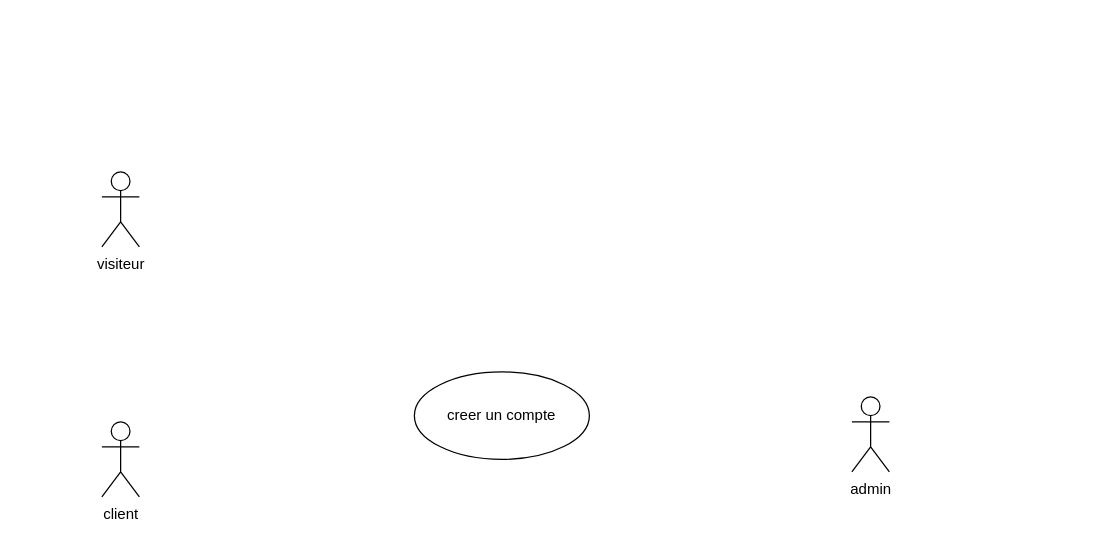
Above: Untitled Diagram.drawio in sarra-ben-belgacem/api (draw.io), before the change. Source tidied: cells renumbered, new cells numbered last; positions are measured from the earlier drawing's top-left corner, leaving out a move shared by most shapes. Both pictures are drawn from the tidied source at 125%, with x=0, y=0 at pixel (101, 171).
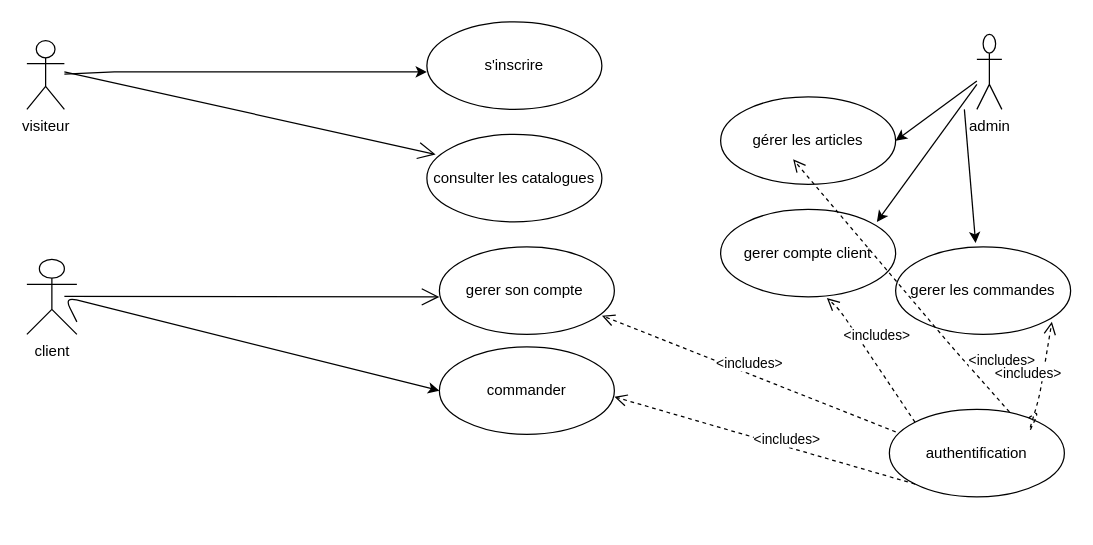
The same diagram, later.

The edit, as a diff of the source:
```diff
@@
+    <mxCell id="6" style="edgeStyle=none;rounded=0;jettySize=auto;html=1;" parent="1" edge="1" source="2">
+      <mxGeometry relative="1" as="geometry">
+        <mxPoint x="260" y="-80" as="targetPoint" />
+        <Array as="points">
+          <mxPoint x="10" y="-80" />
+        </Array>
+      </mxGeometry>
+    </mxCell>
     <mxCell id="2" value="visiteur" style="shape=umlActor;verticalLabelPosition=bottom;verticalAlign=top;html=1;" parent="1" vertex="1">
-      <mxGeometry width="30" height="60" as="geometry" />
+      <mxGeometry x="-60" y="-105" width="30" height="55" as="geometry" />
     </mxCell>
+    <mxCell id="4" value="consulter les catalogues" style="ellipse;whiteSpace=wrap;html=1;" parent="1" vertex="1">
+      <mxGeometry x="260" y="-30" width="140" height="70" as="geometry" />
+    </mxCell>
+    <mxCell id="7" style="edgeStyle=none;rounded=0;jettySize=auto;html=1;entryX=1;entryY=0.5;entryDx=0;entryDy=0;" parent="1" edge="1" source="5" target="11">
+      <mxGeometry relative="1" as="geometry" />
+    </mxCell>
+    <mxCell id="5" value="admin" style="shape=umlActor;verticalLabelPosition=bottom;verticalAlign=top;html=1;" parent="1" vertex="1">
+      <mxGeometry x="700" y="-110" width="20" height="60" as="geometry" />
+    </mxCell>
+    <mxCell id="8" value="s'inscrire" style="ellipse;whiteSpace=wrap;html=1;" parent="1" vertex="1">
+      <mxGeometry x="260" y="-120" width="140" height="70" as="geometry" />
+    </mxCell>
+    <mxCell id="9" value="gerer son compte&amp;nbsp;" style="ellipse;whiteSpace=wrap;html=1;" parent="1" vertex="1">
+      <mxGeometry x="270" y="60" width="140" height="70" as="geometry" />
+    </mxCell>
+    <mxCell id="10" value="commander" style="ellipse;whiteSpace=wrap;html=1;" parent="1" vertex="1">
+      <mxGeometry x="270" y="140" width="140" height="70" as="geometry" />
+    </mxCell>
+    <mxCell id="11" value="gérer les articles" style="ellipse;whiteSpace=wrap;html=1;" parent="1" vertex="1">
+      <mxGeometry x="495" y="-60" width="140" height="70" as="geometry" />
+    </mxCell>
+    <mxCell id="12" value="authentification" style="ellipse;whiteSpace=wrap;html=1;" parent="1" vertex="1">
+      <mxGeometry x="630" y="190" width="140" height="70" as="geometry" />
+    </mxCell>
+    <mxCell id="13" value="gerer compte client" style="ellipse;whiteSpace=wrap;html=1;" parent="1" vertex="1">
+      <mxGeometry x="495" y="30" width="140" height="70" as="geometry" />
+    </mxCell>
+    <mxCell id="14" value="gerer les commandes" style="ellipse;whiteSpace=wrap;html=1;" parent="1" vertex="1">
+      <mxGeometry x="635" y="60" width="140" height="70" as="geometry" />
+    </mxCell>
+    <mxCell id="15" style="endArrow=open;endFill=1;endSize=12;html=1;entryX=0.05;entryY=0.229;entryDx=0;entryDy=0;entryPerimeter=0;" parent="1" edge="1" target="4">
+      <mxGeometry relative="1" as="geometry">
+        <mxPoint x="-30" y="-80" as="sourcePoint" />
+      </mxGeometry>
+    </mxCell>
     <mxCell id="3" value="client" style="shape=umlActor;verticalLabelPosition=bottom;verticalAlign=top;html=1;" parent="1" vertex="1">
-      <mxGeometry y="200" width="30" height="60" as="geometry" />
+      <mxGeometry x="-60" y="70" width="40" height="60" as="geometry" />
     </mxCell>
-    <mxCell id="4" value="creer un compte" style="ellipse;whiteSpace=wrap;html=1;" parent="1" vertex="1">
-      <mxGeometry x="250" y="160" width="140" height="70" as="geometry" />
-    </mxCell>
-    <mxCell id="5" value="admin" style="shape=umlActor;verticalLabelPosition=bottom;verticalAlign=top;html=1;" parent="1" vertex="1">
-      <mxGeometry x="600" y="180" width="30" height="60" as="geometry" />
-    </mxCell>
+    <mxCell id="16" style="endArrow=open;endFill=1;endSize=12;html=1;" parent="1" edge="1">
+      <mxGeometry relative="1" as="geometry">
+        <mxPoint x="-30" y="99.5" as="sourcePoint" />
+        <mxPoint x="270" y="100" as="targetPoint" />
+      </mxGeometry>
+    </mxCell>
+    <mxCell id="17" style="endArrow=classic;html=1;entryX=0;entryY=0.5;entryDx=0;entryDy=0;" parent="1" edge="1" target="10">
+      <mxGeometry relative="1" as="geometry">
+        <mxPoint x="-20" y="120" as="sourcePoint" />
+        <Array as="points">
+          <mxPoint x="-30" y="100" />
+        </Array>
+      </mxGeometry>
+    </mxCell>
+    <mxCell id="18" style="edgeStyle=none;rounded=0;orthogonalLoop=1;jettySize=auto;html=1;entryX=1;entryY=0.5;entryDx=0;entryDy=0;" parent="1" edge="1">
+      <mxGeometry relative="1" as="geometry">
+        <mxPoint x="700" y="-70" as="sourcePoint" />
+        <mxPoint x="620" y="40" as="targetPoint" />
+      </mxGeometry>
+    </mxCell>
+    <mxCell id="19" style="edgeStyle=none;rounded=0;jettySize=auto;html=1;entryX=0.457;entryY=-0.043;entryDx=0;entryDy=0;entryPerimeter=0;" parent="1" edge="1" target="14">
+      <mxGeometry relative="1" as="geometry">
+        <mxPoint x="690" y="-50" as="sourcePoint" />
+      </mxGeometry>
+    </mxCell>
+    <mxCell id="20" value="&amp;lt;includes&amp;gt;" style="html=1;verticalAlign=bottom;endArrow=open;dashed=1;endSize=8;exitX=0;exitY=1;exitDx=0;exitDy=0;" parent="1" edge="1" source="12">
+      <mxGeometry x="-0.15" y="3" relative="1" as="geometry">
+        <mxPoint x="410" y="180" as="targetPoint" />
+      </mxGeometry>
+    </mxCell>
+    <mxCell id="21" value="&amp;lt;includes&amp;gt;" style="html=1;verticalAlign=bottom;endArrow=open;dashed=1;endSize=8;exitX=0.036;exitY=0.257;exitDx=0;exitDy=0;exitPerimeter=0;entryX=0.929;entryY=0.786;entryDx=0;entryDy=0;entryPerimeter=0;" parent="1" edge="1" source="12" target="9">
+      <mxGeometry relative="1" as="geometry" />
+    </mxCell>
+    <mxCell id="22" value="&amp;lt;includes&amp;gt;" style="html=1;verticalAlign=bottom;endArrow=open;dashed=1;endSize=8;entryX=0.607;entryY=1.014;entryDx=0;entryDy=0;entryPerimeter=0;exitX=0;exitY=0;exitDx=0;exitDy=0;" parent="1" edge="1" source="12" target="13">
+      <mxGeometry x="0.1" y="-8" relative="1" as="geometry">
+        <Array as="points">
+          <mxPoint x="590" y="110" />
+        </Array>
+      </mxGeometry>
+    </mxCell>
+    <mxCell id="23" value="&amp;lt;includes&amp;gt;" style="html=1;verticalAlign=bottom;endArrow=open;dashed=1;endSize=8;exitX=0.686;exitY=0.029;exitDx=0;exitDy=0;exitPerimeter=0;" parent="1" edge="1" source="12">
+      <mxGeometry x="-0.79" y="-17" relative="1" as="geometry">
+        <mxPoint x="553" y="-10" as="targetPoint" />
+        <Array as="points">
+          <mxPoint x="680" y="140" />
+        </Array>
+      </mxGeometry>
+    </mxCell>
+    <mxCell id="24" value="&amp;lt;includes&amp;gt;" style="html=1;verticalAlign=bottom;endArrow=open;dashed=1;endSize=8;" parent="1" edge="1" source="12">
+      <mxGeometry x="0.15" y="11" relative="1" as="geometry">
+        <mxPoint x="760" y="120" as="targetPoint" />
+        <Array as="points">
+          <mxPoint x="750" y="191" />
+          <mxPoint x="741" y="210" />
+          <mxPoint x="750" y="180" />
+          <mxPoint x="760" y="120" />
+        </Array>
+      </mxGeometry>
+    </mxCell>
```
